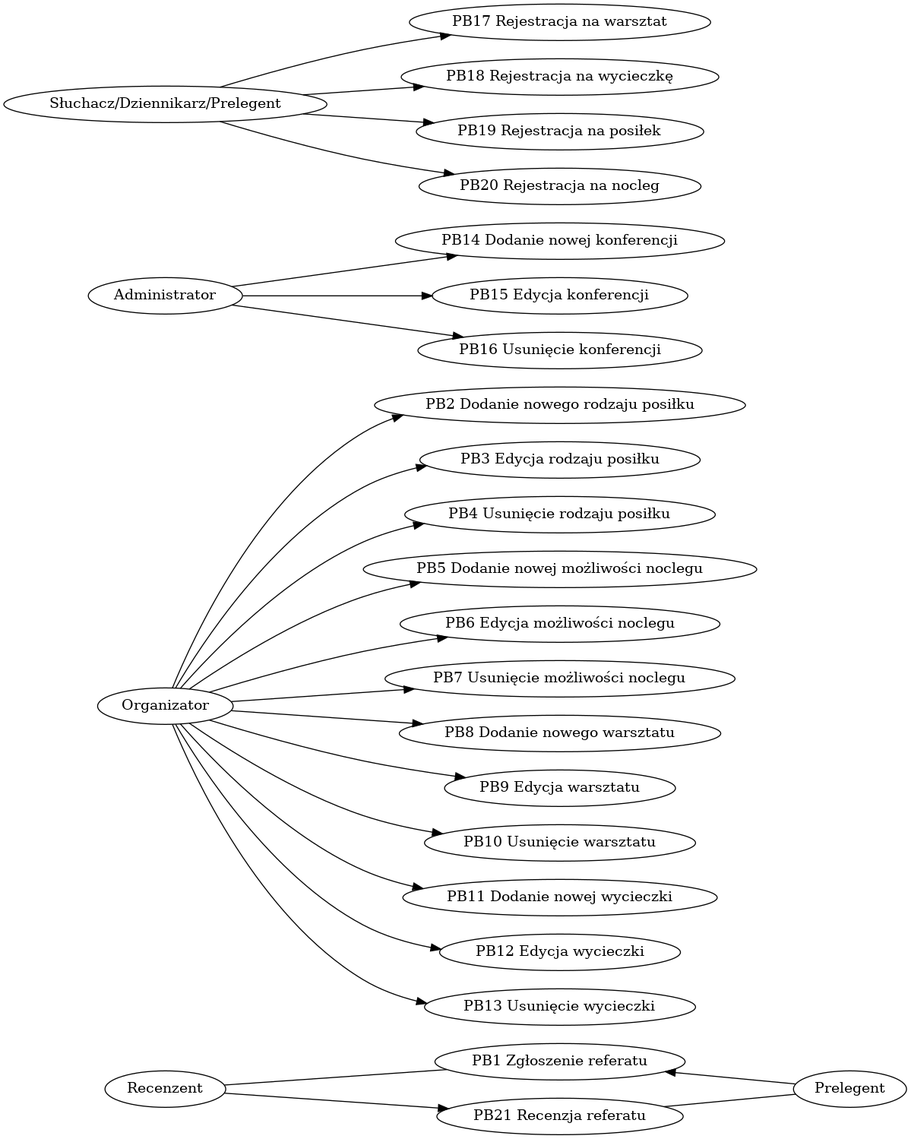
zyla/iop_konferencja keeps this Graphviz diagram as pb.png. Above is the earlier version. Its source is kept beside it as pb.dot.
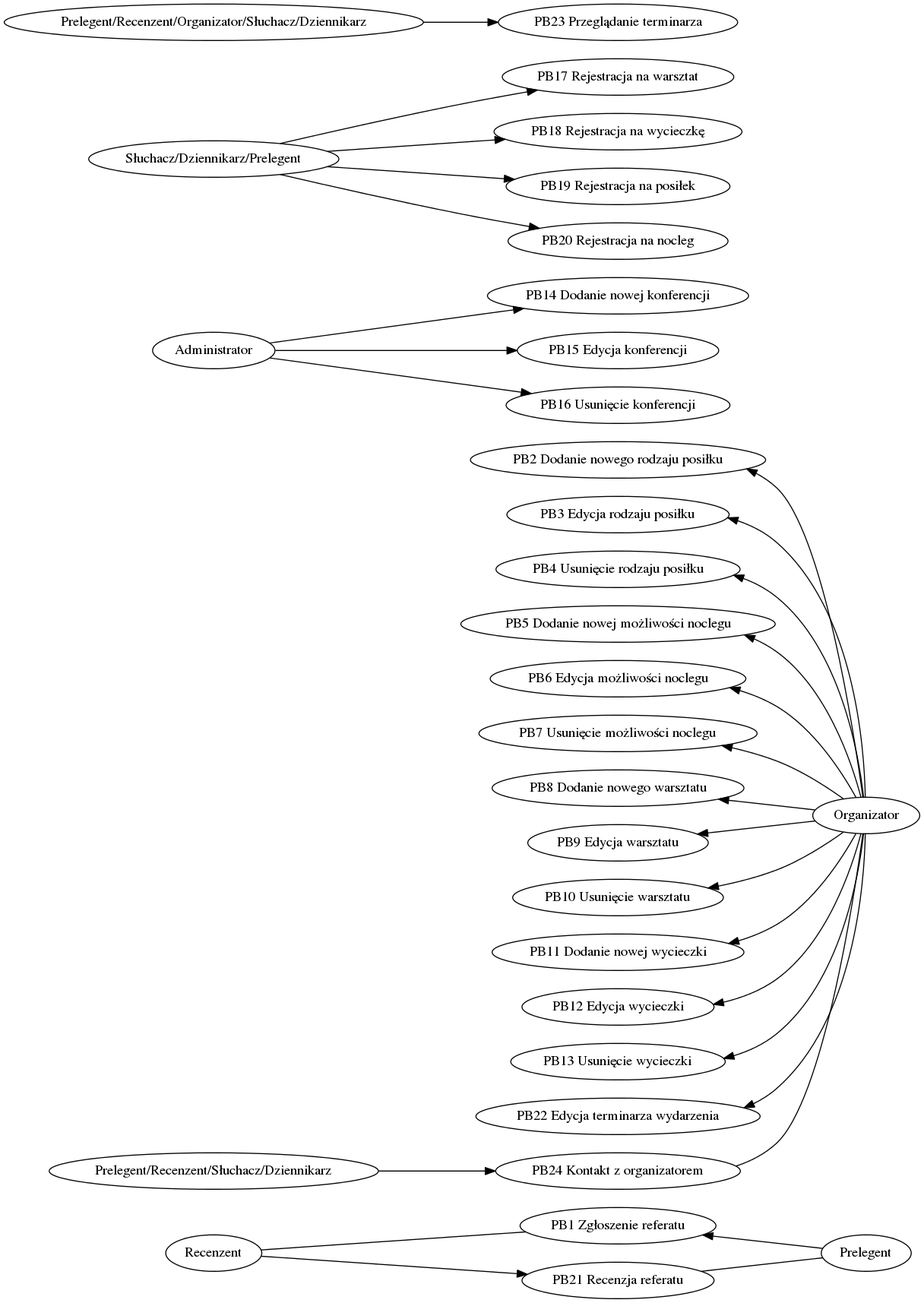
After the commit.

The edit, as a diff of the source:
```diff
@@ -1,17 +1,17 @@
 digraph { rankdir=LR; "PB1 Zgłoszenie referatu" -> "Prelegent" [dir=back]
 "Recenzent" -> "PB1 Zgłoszenie referatu" [dir=none]
-"Organizator" -> "PB2 Dodanie nowego rodzaju posiłku"
-"Organizator" -> "PB3 Edycja rodzaju posiłku"
-"Organizator" -> "PB4 Usunięcie rodzaju posiłku"
-"Organizator" -> "PB5 Dodanie nowej możliwości noclegu"
-"Organizator" -> "PB6 Edycja możliwości noclegu"
-"Organizator" -> "PB7 Usunięcie możliwości noclegu"
-"Organizator" -> "PB8 Dodanie nowego warsztatu"
-"Organizator" -> "PB9 Edycja warsztatu"
-"Organizator" -> "PB10 Usunięcie warsztatu"
-"Organizator" -> "PB11 Dodanie nowej wycieczki"
-"Organizator" -> "PB12 Edycja wycieczki"
-"Organizator" -> "PB13 Usunięcie wycieczki"
+"PB2 Dodanie nowego rodzaju posiłku" -> "Organizator" [dir=back]
+"PB3 Edycja rodzaju posiłku" -> "Organizator" [dir=back]
+"PB4 Usunięcie rodzaju posiłku" -> "Organizator" [dir=back]
+"PB5 Dodanie nowej możliwości noclegu" -> "Organizator" [dir=back]
+"PB6 Edycja możliwości noclegu" -> "Organizator" [dir=back]
+"PB7 Usunięcie możliwości noclegu" -> "Organizator" [dir=back]
+"PB8 Dodanie nowego warsztatu" -> "Organizator" [dir=back]
+"PB9 Edycja warsztatu" -> "Organizator" [dir=back]
+"PB10 Usunięcie warsztatu" -> "Organizator" [dir=back]
+"PB11 Dodanie nowej wycieczki" -> "Organizator" [dir=back]
+"PB12 Edycja wycieczki" -> "Organizator" [dir=back]
+"PB13 Usunięcie wycieczki" -> "Organizator" [dir=back]
 "Administrator" -> "PB14 Dodanie nowej konferencji"
 "Administrator" -> "PB15 Edycja konferencji"
 "Administrator" -> "PB16 Usunięcie konferencji"
@@ -21,4 +21,8 @@
 "Słuchacz/Dziennikarz/Prelegent" -> "PB20 Rejestracja na nocleg"
 "Recenzent" -> "PB21 Recenzja referatu"
 "PB21 Recenzja referatu" -> "Prelegent" [dir=none]
+"PB22 Edycja terminarza wydarzenia" -> "Organizator" [dir=back]
+"Prelegent/Recenzent/Organizator/Słuchacz/Dziennikarz" -> "PB23 Przeglądanie terminarza"
+"Prelegent/Recenzent/Słuchacz/Dziennikarz" -> "PB24 Kontakt z organizatorem"
+"PB24 Kontakt z organizatorem" -> "Organizator" [dir=none]
  }
```
